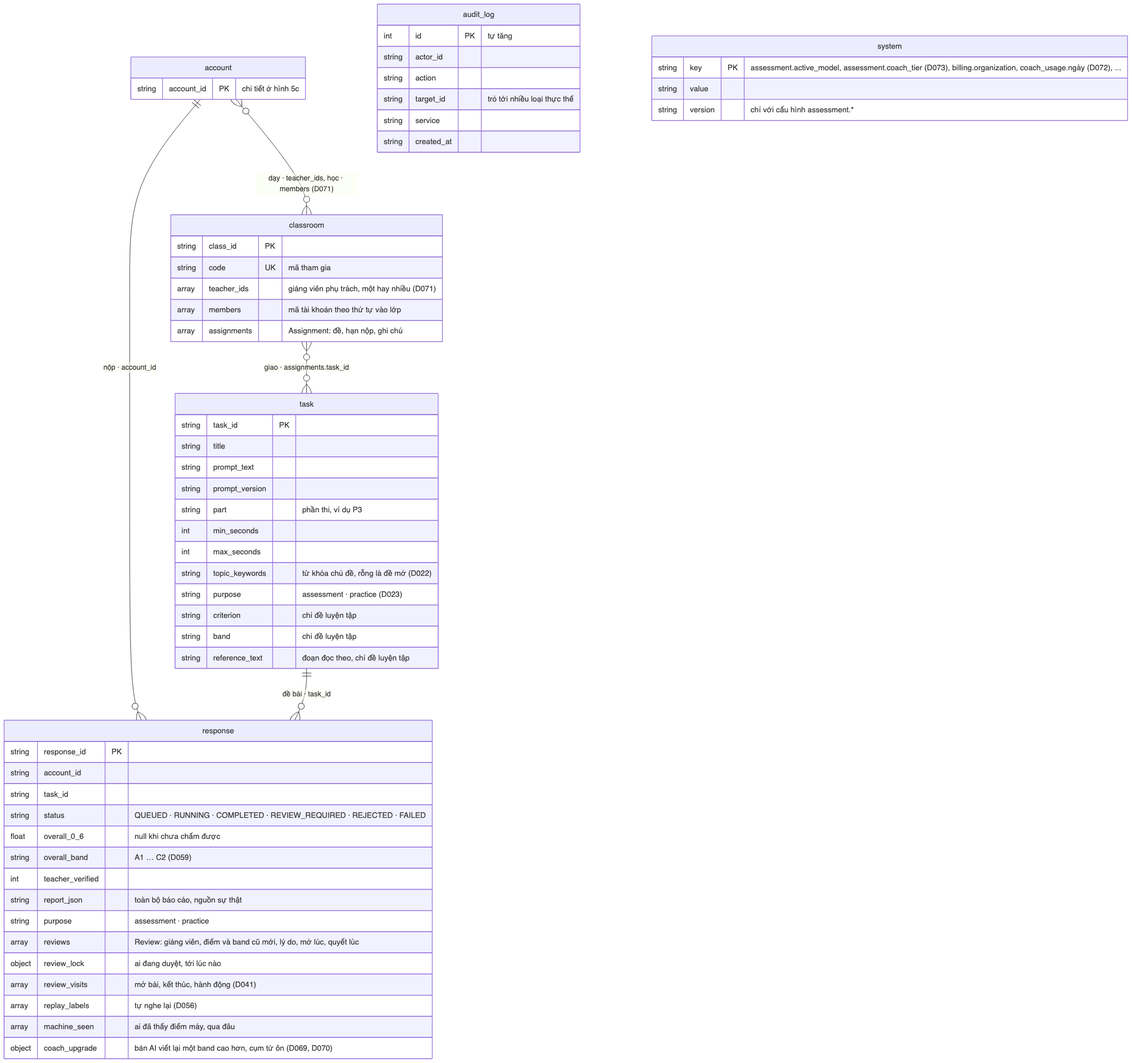
This is docs/sdd/images/05_erd.png from ThanhSangLouis/ai-assessor-cefr, a Mermaid export, as it was before one commit. Its source is kept beside it as docs/sdd/diagrams/05_erd.mmd.
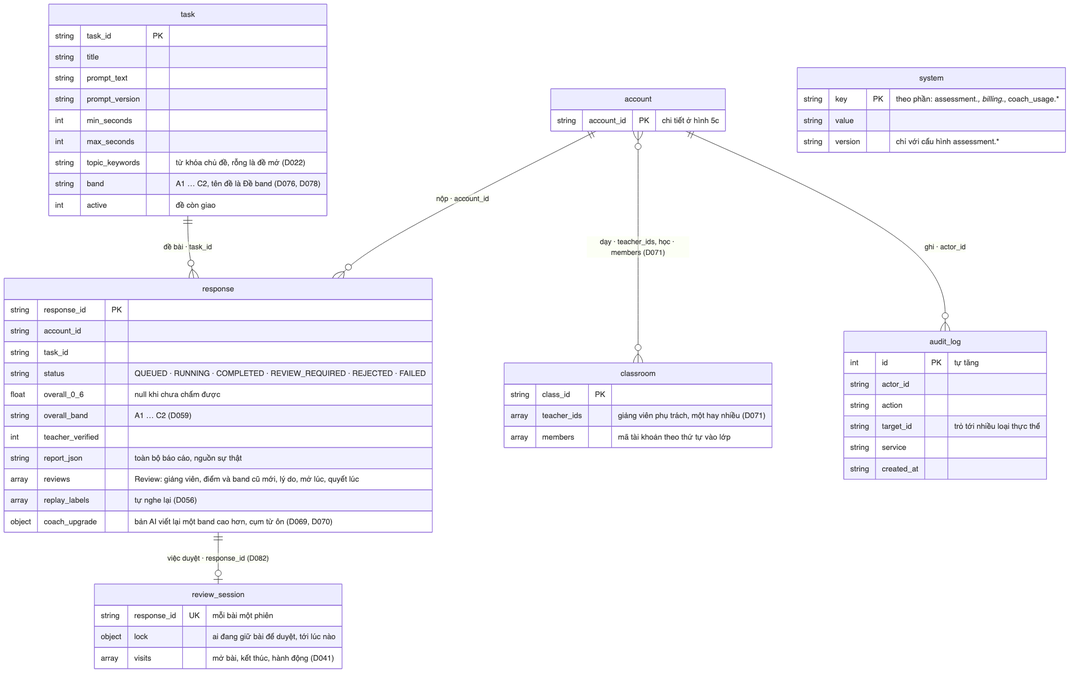
After the commit.

Diff of the diagram source:
```diff
@@ -1,8 +1,9 @@
 erDiagram
     account ||--o{ response : "nộp · account_id"
     task ||--o{ response : "đề bài · task_id"
+    response ||--o| review_session : "việc duyệt · response_id (D082)"
     account }o--o{ classroom : "dạy · teacher_ids, học · members (D071)"
-    classroom }o--o{ task : "giao · assignments.task_id"
+    account ||--o{ audit_log : "ghi · actor_id"
 
     account {
         string account_id PK "chi tiết ở hình 5c"
@@ -13,14 +14,11 @@
         string title
         string prompt_text
         string prompt_version
-        string part "phần thi, ví dụ P3"
         int min_seconds
         int max_seconds
         string topic_keywords "từ khóa chủ đề, rỗng là đề mở (D022)"
-        string purpose "assessment · practice (D023)"
-        string criterion "chỉ đề luyện tập"
-        string band "chỉ đề luyện tập"
-        string reference_text "đoạn đọc theo, chỉ đề luyện tập"
+        string band "A1 … C2, tên đề là Đề band (D076, D078)"
+        int active "đề còn giao"
     }
 
     response {
@@ -32,21 +30,21 @@
         string overall_band "A1 … C2 (D059)"
         int teacher_verified
         string report_json "toàn bộ báo cáo, nguồn sự thật"
-        string purpose "assessment · practice"
         array reviews "Review: giảng viên, điểm và band cũ mới, lý do, mở lúc, quyết lúc"
-        object review_lock "ai đang duyệt, tới lúc nào"
-        array review_visits "mở bài, kết thúc, hành động (D041)"
         array replay_labels "tự nghe lại (D056)"
-        array machine_seen "ai đã thấy điểm máy, qua đâu"
         object coach_upgrade "bản AI viết lại một band cao hơn, cụm từ ôn (D069, D070)"
+    }
+
+    review_session {
+        string response_id UK "mỗi bài một phiên"
+        object lock "ai đang giữ bài để duyệt, tới lúc nào"
+        array visits "mở bài, kết thúc, hành động (D041)"
     }
 
     classroom {
         string class_id PK
-        string code UK "mã tham gia"
         array teacher_ids "giảng viên phụ trách, một hay nhiều (D071)"
         array members "mã tài khoản theo thứ tự vào lớp"
-        array assignments "Assignment: đề, hạn nộp, ghi chú"
     }
 
     audit_log {
@@ -59,7 +57,7 @@
     }
 
     system {
-        string key PK "assessment.active_model, assessment.coach_tier (D073), billing.organization, coach_usage.ngày (D072), ..."
+        string key PK "theo phần: assessment.*, billing.*, coach_usage.*"
         string value
         string version "chỉ với cấu hình assessment.*"
     }
```
